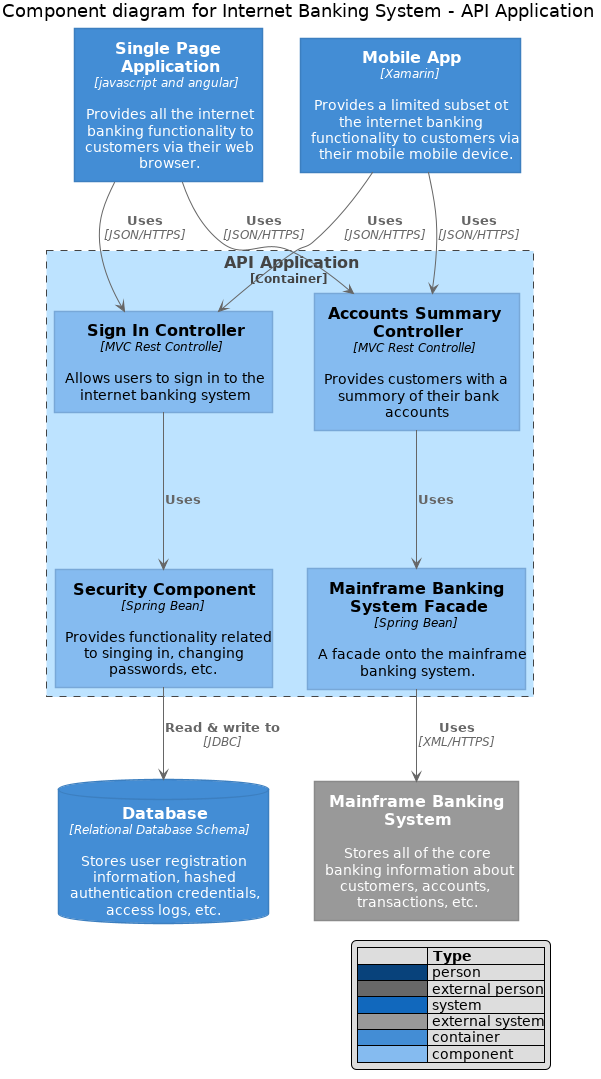
Above: _images/plantuml-6dec8d6f56288d43906e8a05efd543faafc36b90.png in Crashedmind/PlantUMLHitchhikersGuide (PlantUML), before the change. The source it was exported from:
```plantuml
@startuml

skinparam backgroundColor white

skinparam note {
    BackgroundColor #F1FFFF
    BorderColor #2980B9
}

skinparam activity {
    BackgroundColor #BDE3FF
    ArrowColor #2980B9
    BorderColor #2980B9
    StartColor #227BC6
    EndColor #227BC6
    BarColor #227BC6
}

skinparam sequence {
    ArrowColor  #2980B9
    DividerBackgroundColor  #BDE3FF
    GroupBackgroundColor    #BDE3FF
    LifeLineBackgroundColor white
    LifeLineBorderColor #2980B9
    ParticipantBackgroundColor  #BDE3FF
    ParticipantBorderColor  #2980B9
    BoxLineColor    #2980B9
    BoxBackgroundColor  #DDDDDD
}

skinparam componentBackgroundColor    #BDE3FF
skinparam component {
    skinparam componentArrowColor #A80036
    skinparam BorderColor    #A80036
    skinparam InterfaceBackgroundColor   #BDE3FF
    skinparam InterfaceBorderColor   #A80036
}


skinparam stateBackgroundColor #BDE3FF
skinparam state {
    skinparam BorderColor #2980B9
    skinparam ArrowColor #2980B9
    skinparam StartColor black
    skinparam EndColor   black
}


skinparam stereotype {
    skinparam CBackgroundColor  #ADD1B2
    skinparam ABackgroundColor  #A9DCDF
    skinparam IBackgroundColor  #B4A7E5
    skinparam EBackgroundColor  #EB937F
}

skinparam actorBackgroundColor #BDE3FF
skinparam actor {
    skinparam BorderColor    #A80036
}

skinparam usecase {
    skinparam ArrowColor   #A80036
    skinparam BorderColor  #A80036
}

skinparam class {
    skinparam ArrowColor #A80036
    skinparam BackgroundColor    #BDE3FF
    skinparam BorderColor    #A80036
}


skinparam object {
    skinparam ArrowColor    #A80036
    skinparam BackgroundColor   #BDE3FF
    skinparam BorderColor   #A80036
}


skinparam packageBackgroundColor  #white
skinparam agentBackgroundColor  #BDE3FF
skinparam artifactBackgroundColor  #BDE3FF
skinparam boundaryBackgroundColor  #BDE3FF
skinparam cardBackgroundColor  #BDE3FF
skinparam cloudBackgroundColor  #BDE3FF
skinparam controlBackgroundColor  #BDE3FF
skinparam databaseBackgroundColor  #BDE3FF
skinparam entityBackgroundColor  #BDE3FF
skinparam fileBackgroundColor  #BDE3FF
skinparam folderBackgroundColor  #BDE3FF
skinparam frameBackgroundColor  #BDE3FF
skinparam interfaceBackgroundColor  #BDE3FF
skinparam nodeBackgroundColor  #BDE3FF
skinparam queueBackgroundColor  #BDE3FF
skinparam stackBackgroundColor  #BDE3FF
skinparam rectangleBackgroundColor  #BDE3FF
skinparam storageBackgroundColor  #BDE3FF
skinparam usecaseBackgroundColor #BDE3FF






skinparam defaultTextAlignment center

skinparam wrapWidth 200
skinparam maxMessageSize 150

skinparam rectangle {
    StereotypeFontSize 12
    shadowing false
}

skinparam database {
    StereotypeFontSize 12
    shadowing false
}

skinparam Arrow {
    Color #666666
    FontColor #666666
    FontSize 12
}

skinparam rectangle<<boundary>> {
    Shadowing false
    StereotypeFontSize 0
    FontColor #444444
    BorderColor #444444
    BorderStyle dashed
}






















skinparam rectangle<<person>> {
    StereotypeFontColor #FFFFFF
    FontColor #FFFFFF
    BackgroundColor #08427B
    BorderColor #073B6F
}

skinparam rectangle<<external_person>> {
    StereotypeFontColor #FFFFFF
    FontColor #FFFFFF
    BackgroundColor #686868
    BorderColor #8A8A8A
}

skinparam rectangle<<system>> {
    StereotypeFontColor #FFFFFF
    FontColor #FFFFFF
    BackgroundColor #1168BD
    BorderColor #3C7FC0
}

skinparam rectangle<<external_system>> {
    StereotypeFontColor #FFFFFF
    FontColor #FFFFFF
    BackgroundColor #999999
    BorderColor #8A8A8A
}

skinparam database<<system>> {
    StereotypeFontColor #FFFFFF
    FontColor #FFFFFF
    BackgroundColor #1168BD
    BorderColor #3C7FC0
}

skinparam database<<external_system>> {
    StereotypeFontColor #FFFFFF
    FontColor #FFFFFF
    BackgroundColor #999999
    BorderColor #8A8A8A
}
















skinparam rectangle<<container>> {
    StereotypeFontColor #FFFFFF
    FontColor #FFFFFF
    BackgroundColor #438DD5
    BorderColor #3C7FC0
}

skinparam database<<container>> {
    StereotypeFontColor #FFFFFF
    FontColor #FFFFFF
    BackgroundColor #438DD5
    BorderColor #3C7FC0
}












skinparam rectangle<<component>> {
    StereotypeFontColor #FFFFFF
    FontColor #000000
    BackgroundColor #85BBF0
    BorderColor #78A8D8
}

skinparam database<<component>> {
    StereotypeFontColor #FFFFFF
    FontColor #000000
    BackgroundColor #85BBF0
    BorderColor #78A8D8
}







hide stereotype
legend right
|=              |= Type |
|<#08427B>      | person |
|<#686868>      | external person |
|<#1168BD>   | system |
|<#999999>      | external system |
|<#438DD5>   | container |
|<#85BBF0>   | component |
endlegend


title Component diagram for Internet Banking System - API Application

rectangle "==Single Page Application\n//<size:12>[javascript and angular]</size>//\n\n Provides all the internet banking functionality to customers via their web browser." <<container>> as spa
rectangle "==Mobile App\n//<size:12>[Xamarin]</size>//\n\n Provides a limited subset ot the internet banking functionality to customers via their mobile mobile device." <<container>> as ma
database "==Database\n//<size:12>[Relational Database Schema]</size>//\n\n Stores user registration information, hashed authentication credentials, access logs, etc." <<container>> as db
rectangle "==Mainframe Banking System\n\n Stores all of the core banking information about customers, accounts, transactions, etc." <<external_system>> as mbs

rectangle "==API Application\n<size:12>[Container]</size>" <<boundary>> as api {
    rectangle "==Sign In Controller\n//<size:12>[MVC Rest Controlle]</size>//\n\n Allows users to sign in to the internet banking system" <<component>> as sign
    rectangle "==Accounts Summary Controller\n//<size:12>[MVC Rest Controlle]</size>//\n\n Provides customers with a summory of their bank accounts" <<component>> as accounts
    rectangle "==Security Component\n//<size:12>[Spring Bean]</size>//\n\n Provides functionality related to singing in, changing passwords, etc." <<component>> as security
    rectangle "==Mainframe Banking System Facade\n//<size:12>[Spring Bean]</size>//\n\n A facade onto the mainframe banking system." <<component>> as mbsfacade

    sign --> security : "===Uses"
    accounts --> mbsfacade : "===Uses"
    security --> db : "===Read & write to\n//<size:12>[JDBC]</size>//"
    mbsfacade --> mbs : "===Uses\n//<size:12>[XML/HTTPS]</size>//"
}

spa --> sign : "===Uses\n//<size:12>[JSON/HTTPS]</size>//"
spa --> accounts : "===Uses\n//<size:12>[JSON/HTTPS]</size>//"

ma --> sign : "===Uses\n//<size:12>[JSON/HTTPS]</size>//"
ma --> accounts : "===Uses\n//<size:12>[JSON/HTTPS]</size>//"
@enduml
```
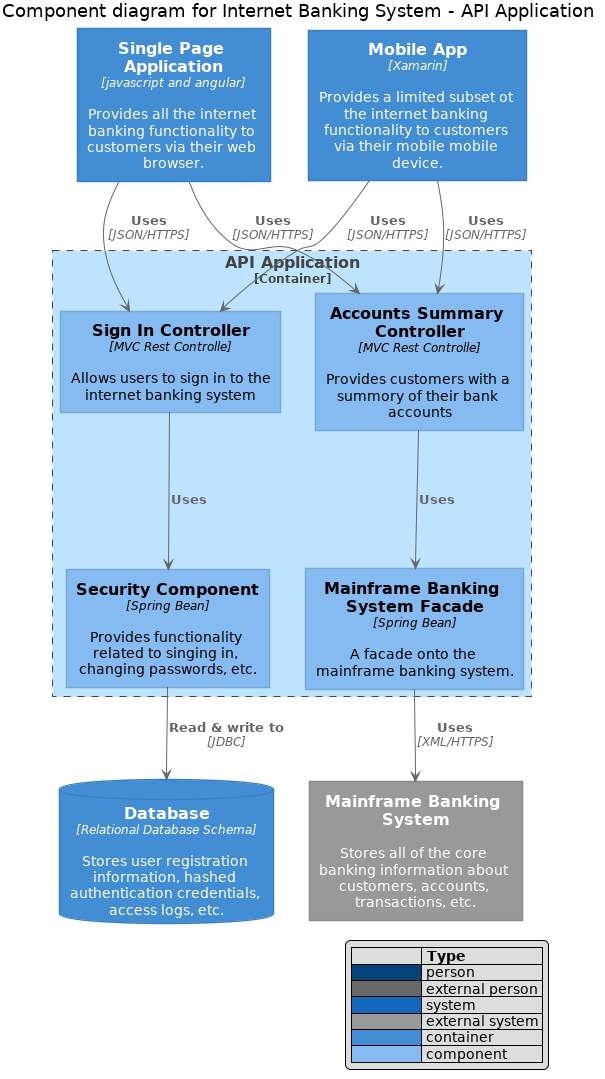
The same diagram one commit later.

Diff of the diagram source:
```diff
@@ -97,197 +97,34 @@
 skinparam storageBackgroundColor  #BDE3FF
 skinparam usecaseBackgroundColor #BDE3FF
 
+!include <c4/C4_Component.puml>
 
 
-
-
-
-skinparam defaultTextAlignment center
-
-skinparam wrapWidth 200
-skinparam maxMessageSize 150
-
-skinparam rectangle {
-    StereotypeFontSize 12
-    shadowing false
-}
-
-skinparam database {
-    StereotypeFontSize 12
-    shadowing false
-}
-
-skinparam Arrow {
-    Color #666666
-    FontColor #666666
-    FontSize 12
-}
-
-skinparam rectangle<<boundary>> {
-    Shadowing false
-    StereotypeFontSize 0
-    FontColor #444444
-    BorderColor #444444
-    BorderStyle dashed
-}
-
-
-
-
-
-
-
-
-
-
-
-
-
-
-
-
-
-
-
-
-
-
-skinparam rectangle<<person>> {
-    StereotypeFontColor #FFFFFF
-    FontColor #FFFFFF
-    BackgroundColor #08427B
-    BorderColor #073B6F
-}
-
-skinparam rectangle<<external_person>> {
-    StereotypeFontColor #FFFFFF
-    FontColor #FFFFFF
-    BackgroundColor #686868
-    BorderColor #8A8A8A
-}
-
-skinparam rectangle<<system>> {
-    StereotypeFontColor #FFFFFF
-    FontColor #FFFFFF
-    BackgroundColor #1168BD
-    BorderColor #3C7FC0
-}
-
-skinparam rectangle<<external_system>> {
-    StereotypeFontColor #FFFFFF
-    FontColor #FFFFFF
-    BackgroundColor #999999
-    BorderColor #8A8A8A
-}
-
-skinparam database<<system>> {
-    StereotypeFontColor #FFFFFF
-    FontColor #FFFFFF
-    BackgroundColor #1168BD
-    BorderColor #3C7FC0
-}
-
-skinparam database<<external_system>> {
-    StereotypeFontColor #FFFFFF
-    FontColor #FFFFFF
-    BackgroundColor #999999
-    BorderColor #8A8A8A
-}
-
-
-
-
-
-
-
-
-
-
-
-
-
-
-
-
-skinparam rectangle<<container>> {
-    StereotypeFontColor #FFFFFF
-    FontColor #FFFFFF
-    BackgroundColor #438DD5
-    BorderColor #3C7FC0
-}
-
-skinparam database<<container>> {
-    StereotypeFontColor #FFFFFF
-    FontColor #FFFFFF
-    BackgroundColor #438DD5
-    BorderColor #3C7FC0
-}
-
-
-
-
-
-
-
-
-
-
-
-
-skinparam rectangle<<component>> {
-    StereotypeFontColor #FFFFFF
-    FontColor #000000
-    BackgroundColor #85BBF0
-    BorderColor #78A8D8
-}
-
-skinparam database<<component>> {
-    StereotypeFontColor #FFFFFF
-    FontColor #000000
-    BackgroundColor #85BBF0
-    BorderColor #78A8D8
-}
-
-
-
-
-
-
-
-hide stereotype
-legend right
-|=              |= Type |
-|<#08427B>      | person |
-|<#686868>      | external person |
-|<#1168BD>   | system |
-|<#999999>      | external system |
-|<#438DD5>   | container |
-|<#85BBF0>   | component |
-endlegend
+LAYOUT_WITH_LEGEND()
 
 
 title Component diagram for Internet Banking System - API Application
 
-rectangle "==Single Page Application\n//<size:12>[javascript and angular]</size>//\n\n Provides all the internet banking functionality to customers via their web browser." <<container>> as spa
-rectangle "==Mobile App\n//<size:12>[Xamarin]</size>//\n\n Provides a limited subset ot the internet banking functionality to customers via their mobile mobile device." <<container>> as ma
-database "==Database\n//<size:12>[Relational Database Schema]</size>//\n\n Stores user registration information, hashed authentication credentials, access logs, etc." <<container>> as db
-rectangle "==Mainframe Banking System\n\n Stores all of the core banking information about customers, accounts, transactions, etc." <<external_system>> as mbs
+Container(spa, "Single Page Application", "javascript and angular", "Provides all the internet banking functionality to customers via their web browser.")
+Container(ma, "Mobile App", "Xamarin", "Provides a limited subset ot the internet banking functionality to customers via their mobile mobile device.")
+ContainerDb(db, "Database", "Relational Database Schema", "Stores user registration information, hashed authentication credentials, access logs, etc.")
+System_Ext(mbs, "Mainframe Banking System", "Stores all of the core banking information about customers, accounts, transactions, etc.")
 
-rectangle "==API Application\n<size:12>[Container]</size>" <<boundary>> as api {
-    rectangle "==Sign In Controller\n//<size:12>[MVC Rest Controlle]</size>//\n\n Allows users to sign in to the internet banking system" <<component>> as sign
-    rectangle "==Accounts Summary Controller\n//<size:12>[MVC Rest Controlle]</size>//\n\n Provides customers with a summory of their bank accounts" <<component>> as accounts
-    rectangle "==Security Component\n//<size:12>[Spring Bean]</size>//\n\n Provides functionality related to singing in, changing passwords, etc." <<component>> as security
-    rectangle "==Mainframe Banking System Facade\n//<size:12>[Spring Bean]</size>//\n\n A facade onto the mainframe banking system." <<component>> as mbsfacade
+Container_Boundary(api, "API Application") {
+    Component(sign, "Sign In Controller", "MVC Rest Controlle", "Allows users to sign in to the internet banking system")
+    Component(accounts, "Accounts Summary Controller", "MVC Rest Controlle", "Provides customers with a summory of their bank accounts")
+    Component(security, "Security Component", "Spring Bean", "Provides functionality related to singing in, changing passwords, etc.")
+    Component(mbsfacade, "Mainframe Banking System Facade", "Spring Bean", "A facade onto the mainframe banking system.")
 
-    sign --> security : "===Uses"
-    accounts --> mbsfacade : "===Uses"
-    security --> db : "===Read & write to\n//<size:12>[JDBC]</size>//"
-    mbsfacade --> mbs : "===Uses\n//<size:12>[XML/HTTPS]</size>//"
+    Rel(sign, security, "Uses")
+    Rel(accounts, mbsfacade, "Uses")
+    Rel(security, db, "Read & write to", "JDBC")
+    Rel(mbsfacade, mbs, "Uses", "XML/HTTPS")
 }
 
-spa --> sign : "===Uses\n//<size:12>[JSON/HTTPS]</size>//"
-spa --> accounts : "===Uses\n//<size:12>[JSON/HTTPS]</size>//"
+Rel(spa, sign, "Uses", "JSON/HTTPS")
+Rel(spa, accounts, "Uses", "JSON/HTTPS")
 
-ma --> sign : "===Uses\n//<size:12>[JSON/HTTPS]</size>//"
-ma --> accounts : "===Uses\n//<size:12>[JSON/HTTPS]</size>//"
+Rel(ma, sign, "Uses", "JSON/HTTPS")
+Rel(ma, accounts, "Uses", "JSON/HTTPS")
 @enduml
```
